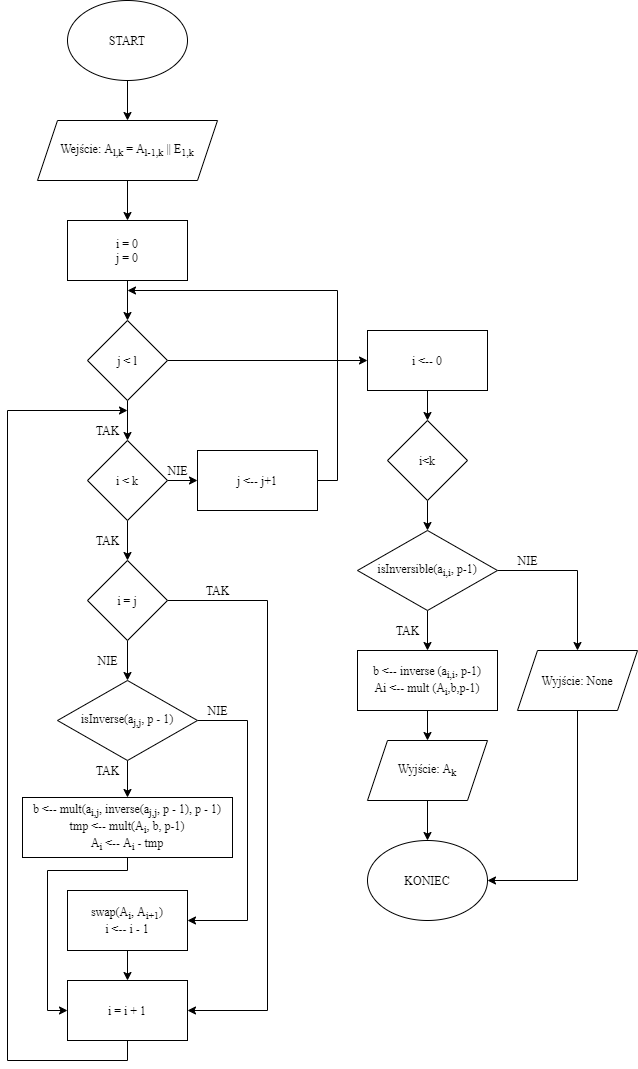
This is doc/img/alg 9.png from Zespol-1/Projekt, a draw.io export, as it was before one commit. Source tidied: cells renumbered, new cells last; positions are measured from the earlier drawing's top-left corner, leaving out a move shared by most shapes. Its diagram source:
```xml
<mxGraphModel>
  <root>
    <mxCell id="0" />
    <mxCell id="1" parent="0" />
    <mxCell id="2" style="edgeStyle=orthogonalEdgeStyle;rounded=0;jettySize=auto;html=1;fontFamily=Times New Roman;" parent="1" edge="1" source="3" target="5">
      <mxGeometry relative="1" as="geometry" />
    </mxCell>
    <mxCell id="3" value="&lt;font&gt;START&lt;/font&gt;" style="ellipse;whiteSpace=wrap;html=1;fontFamily=Times New Roman;" parent="1" vertex="1">
      <mxGeometry x="60" width="120" height="80" as="geometry" />
    </mxCell>
    <mxCell id="4" style="edgeStyle=orthogonalEdgeStyle;rounded=0;jettySize=auto;html=1;exitX=0.5;exitY=1;exitDx=0;exitDy=0;entryX=0.5;entryY=0;entryDx=0;entryDy=0;fontFamily=Times New Roman;" parent="1" edge="1" source="5" target="7">
      <mxGeometry relative="1" as="geometry" />
    </mxCell>
    <mxCell id="5" value="&lt;font&gt;Wejście: A&lt;sub&gt;l,k&lt;/sub&gt; = A&lt;sub&gt;l-1,k&lt;/sub&gt; || E&lt;sub&gt;1,k&lt;/sub&gt;&lt;br&gt;&lt;/font&gt;" style="shape=parallelogram;perimeter=parallelogramPerimeter;whiteSpace=wrap;html=1;fixedSize=1;fontFamily=Times New Roman;" parent="1" vertex="1">
      <mxGeometry x="30" y="120" width="180" height="60" as="geometry" />
    </mxCell>
    <mxCell id="6" style="edgeStyle=orthogonalEdgeStyle;rounded=0;jettySize=auto;html=1;exitX=0.5;exitY=1;exitDx=0;exitDy=0;entryX=0.5;entryY=0;entryDx=0;entryDy=0;fontFamily=Times New Roman;" parent="1" edge="1" source="7" target="10">
      <mxGeometry relative="1" as="geometry" />
    </mxCell>
    <mxCell id="7" value="i = 0&lt;br&gt;j = 0" style="rounded=0;whiteSpace=wrap;html=1;fontFamily=Times New Roman;" parent="1" vertex="1">
      <mxGeometry x="60" y="220" width="120" height="60" as="geometry" />
    </mxCell>
    <mxCell id="8" style="edgeStyle=orthogonalEdgeStyle;rounded=0;jettySize=auto;html=1;exitX=0.5;exitY=1;exitDx=0;exitDy=0;entryX=0.5;entryY=0;entryDx=0;entryDy=0;fontFamily=Times New Roman;" parent="1" edge="1" source="10" target="13">
      <mxGeometry relative="1" as="geometry" />
    </mxCell>
    <mxCell id="9" style="edgeStyle=orthogonalEdgeStyle;rounded=0;jettySize=auto;html=1;exitX=1;exitY=0.5;exitDx=0;exitDy=0;entryX=0;entryY=0.5;entryDx=0;entryDy=0;fontFamily=Times New Roman;" parent="1" edge="1" source="10" target="36">
      <mxGeometry relative="1" as="geometry" />
    </mxCell>
    <mxCell id="10" value="j &amp;lt; l" style="rhombus;whiteSpace=wrap;html=1;fontFamily=Times New Roman;" parent="1" vertex="1">
      <mxGeometry x="80" y="320" width="80" height="80" as="geometry" />
    </mxCell>
    <mxCell id="11" style="edgeStyle=orthogonalEdgeStyle;rounded=0;jettySize=auto;html=1;exitX=0.5;exitY=1;exitDx=0;exitDy=0;entryX=0.5;entryY=0;entryDx=0;entryDy=0;fontFamily=Times New Roman;" parent="1" edge="1" source="13" target="16">
      <mxGeometry relative="1" as="geometry" />
    </mxCell>
    <mxCell id="12" style="edgeStyle=orthogonalEdgeStyle;rounded=0;jettySize=auto;html=1;exitX=1;exitY=0.5;exitDx=0;exitDy=0;entryX=0;entryY=0.5;entryDx=0;entryDy=0;fontFamily=Times New Roman;" parent="1" edge="1" source="13" target="33">
      <mxGeometry relative="1" as="geometry" />
    </mxCell>
    <mxCell id="13" value="i &amp;lt; k" style="rhombus;whiteSpace=wrap;html=1;fontFamily=Times New Roman;" parent="1" vertex="1">
      <mxGeometry x="80" y="440" width="80" height="80" as="geometry" />
    </mxCell>
    <mxCell id="14" style="edgeStyle=orthogonalEdgeStyle;rounded=0;jettySize=auto;html=1;exitX=0.5;exitY=1;exitDx=0;exitDy=0;entryX=0.5;entryY=0;entryDx=0;entryDy=0;fontFamily=Times New Roman;" parent="1" edge="1" source="16" target="19">
      <mxGeometry relative="1" as="geometry" />
    </mxCell>
    <mxCell id="15" style="edgeStyle=orthogonalEdgeStyle;rounded=0;jettySize=auto;html=1;exitX=1;exitY=0.5;exitDx=0;exitDy=0;entryX=1;entryY=0.5;entryDx=0;entryDy=0;fontFamily=Times New Roman;" parent="1" edge="1" source="16" target="28">
      <mxGeometry relative="1" as="geometry">
        <Array as="points">
          <mxPoint x="260" y="600" />
          <mxPoint x="260" y="1010" />
        </Array>
      </mxGeometry>
    </mxCell>
    <mxCell id="16" value="i = j" style="rhombus;whiteSpace=wrap;html=1;fontFamily=Times New Roman;" parent="1" vertex="1">
      <mxGeometry x="80" y="560" width="80" height="80" as="geometry" />
    </mxCell>
    <mxCell id="17" style="edgeStyle=orthogonalEdgeStyle;rounded=0;jettySize=auto;html=1;exitX=0.5;exitY=1;exitDx=0;exitDy=0;entryX=0.5;entryY=0;entryDx=0;entryDy=0;fontFamily=Times New Roman;" parent="1" edge="1" source="19" target="22">
      <mxGeometry relative="1" as="geometry" />
    </mxCell>
    <mxCell id="18" style="edgeStyle=orthogonalEdgeStyle;rounded=0;jettySize=auto;html=1;exitX=1;exitY=0.5;exitDx=0;exitDy=0;entryX=1;entryY=0.5;entryDx=0;entryDy=0;fontFamily=Times New Roman;" parent="1" edge="1" source="19" target="25">
      <mxGeometry relative="1" as="geometry">
        <Array as="points">
          <mxPoint x="240" y="720" />
          <mxPoint x="240" y="920" />
        </Array>
      </mxGeometry>
    </mxCell>
    <mxCell id="19" value="isInverse(a&lt;sub&gt;j,j&lt;/sub&gt;, p - 1)" style="rhombus;whiteSpace=wrap;html=1;fontFamily=Times New Roman;" parent="1" vertex="1">
      <mxGeometry x="50" y="680" width="140" height="80" as="geometry" />
    </mxCell>
    <mxCell id="20" value="NIE" style="text;html=1;align=center;verticalAlign=middle;strokeColor=none;fontFamily=Times New Roman;" parent="1" vertex="1">
      <mxGeometry x="80" y="650" width="40" height="20" as="geometry" />
    </mxCell>
    <mxCell id="21" style="edgeStyle=orthogonalEdgeStyle;rounded=0;jettySize=auto;html=1;exitX=0.5;exitY=1;exitDx=0;exitDy=0;entryX=0;entryY=0.5;entryDx=0;entryDy=0;fontFamily=Times New Roman;" parent="1" edge="1" source="22" target="28">
      <mxGeometry relative="1" as="geometry">
        <Array as="points">
          <mxPoint x="120" y="870" />
          <mxPoint x="40" y="870" />
          <mxPoint x="40" y="1010" />
        </Array>
      </mxGeometry>
    </mxCell>
    <mxCell id="22" value="b &amp;lt;-- mult(a&lt;sub&gt;i,j&lt;/sub&gt;, inverse(a&lt;sub&gt;j,j&lt;/sub&gt;, p - 1), p - 1)&lt;br&gt;tmp &amp;lt;-- mult(A&lt;sub&gt;i&lt;/sub&gt;, b, p-1)&lt;br&gt;A&lt;sub&gt;i&lt;/sub&gt; &amp;lt;-- A&lt;sub&gt;i&lt;/sub&gt; - tmp" style="rounded=0;whiteSpace=wrap;html=1;fontFamily=Times New Roman;" parent="1" vertex="1">
      <mxGeometry x="15" y="797" width="210" height="60" as="geometry" />
    </mxCell>
    <mxCell id="23" value="TAK" style="text;html=1;align=center;verticalAlign=middle;strokeColor=none;fontFamily=Times New Roman;" parent="1" vertex="1">
      <mxGeometry x="80" y="760" width="40" height="20" as="geometry" />
    </mxCell>
    <mxCell id="24" style="edgeStyle=orthogonalEdgeStyle;rounded=0;jettySize=auto;html=1;exitX=0.5;exitY=1;exitDx=0;exitDy=0;entryX=0.5;entryY=0;entryDx=0;entryDy=0;fontFamily=Times New Roman;" parent="1" edge="1" source="25" target="28">
      <mxGeometry relative="1" as="geometry" />
    </mxCell>
    <mxCell id="25" value="swap(A&lt;sub&gt;i&lt;/sub&gt;, A&lt;sub&gt;i+1&lt;/sub&gt;)&lt;br&gt;i &amp;lt;-- i - 1" style="rounded=0;whiteSpace=wrap;html=1;fontFamily=Times New Roman;" parent="1" vertex="1">
      <mxGeometry x="60" y="890" width="120" height="60" as="geometry" />
    </mxCell>
    <mxCell id="26" value="NIE" style="text;html=1;align=center;verticalAlign=middle;strokeColor=none;fontFamily=Times New Roman;" parent="1" vertex="1">
      <mxGeometry x="190" y="700" width="40" height="20" as="geometry" />
    </mxCell>
    <mxCell id="27" style="edgeStyle=orthogonalEdgeStyle;rounded=0;jettySize=auto;html=1;exitX=0.5;exitY=1;exitDx=0;exitDy=0;fontFamily=Times New Roman;" parent="1" edge="1" source="28">
      <mxGeometry relative="1" as="geometry">
        <mxPoint x="120" y="410" as="targetPoint" />
        <Array as="points">
          <mxPoint x="120" y="1060" />
          <mxPoint y="1060" />
          <mxPoint y="410" />
        </Array>
      </mxGeometry>
    </mxCell>
    <mxCell id="28" value="i = i + 1" style="rounded=0;whiteSpace=wrap;html=1;fontFamily=Times New Roman;" parent="1" vertex="1">
      <mxGeometry x="60" y="980" width="120" height="60" as="geometry" />
    </mxCell>
    <mxCell id="29" value="TAK" style="text;html=1;align=center;verticalAlign=middle;strokeColor=none;fontFamily=Times New Roman;" parent="1" vertex="1">
      <mxGeometry x="190" y="580" width="40" height="20" as="geometry" />
    </mxCell>
    <mxCell id="30" value="TAK" style="text;html=1;align=center;verticalAlign=middle;strokeColor=none;fontFamily=Times New Roman;" parent="1" vertex="1">
      <mxGeometry x="80" y="530" width="40" height="20" as="geometry" />
    </mxCell>
    <mxCell id="31" value="TAK" style="text;html=1;align=center;verticalAlign=middle;strokeColor=none;fontFamily=Times New Roman;" parent="1" vertex="1">
      <mxGeometry x="80" y="420" width="40" height="20" as="geometry" />
    </mxCell>
    <mxCell id="32" style="edgeStyle=orthogonalEdgeStyle;rounded=0;jettySize=auto;html=1;exitX=1;exitY=0.5;exitDx=0;exitDy=0;fontFamily=Times New Roman;" parent="1" edge="1" source="33">
      <mxGeometry relative="1" as="geometry">
        <mxPoint x="120" y="290" as="targetPoint" />
        <Array as="points">
          <mxPoint x="330" y="480" />
          <mxPoint x="330" y="290" />
        </Array>
      </mxGeometry>
    </mxCell>
    <mxCell id="33" value="j &amp;lt;-- j+1" style="rounded=0;whiteSpace=wrap;html=1;fontFamily=Times New Roman;" parent="1" vertex="1">
      <mxGeometry x="190" y="450" width="120" height="60" as="geometry" />
    </mxCell>
    <mxCell id="34" value="NIE" style="text;html=1;align=center;verticalAlign=middle;strokeColor=none;fontFamily=Times New Roman;" parent="1" vertex="1">
      <mxGeometry x="150" y="460" width="40" height="20" as="geometry" />
    </mxCell>
    <mxCell id="35" style="edgeStyle=orthogonalEdgeStyle;rounded=0;jettySize=auto;html=1;exitX=0.5;exitY=1;exitDx=0;exitDy=0;entryX=0.5;entryY=0;entryDx=0;entryDy=0;fontFamily=Times New Roman;" parent="1" edge="1" source="36" target="38">
      <mxGeometry relative="1" as="geometry" />
    </mxCell>
    <mxCell id="36" value="i &amp;lt;-- 0" style="rounded=0;whiteSpace=wrap;html=1;fontFamily=Times New Roman;" parent="1" vertex="1">
      <mxGeometry x="360" y="330" width="120" height="60" as="geometry" />
    </mxCell>
    <mxCell id="37" style="edgeStyle=orthogonalEdgeStyle;rounded=0;jettySize=auto;html=1;exitX=0.5;exitY=1;exitDx=0;exitDy=0;entryX=0;entryY=0.5;entryDx=0;entryDy=0;fontFamily=Times New Roman;" parent="1" edge="1" source="38" target="41">
      <mxGeometry relative="1" as="geometry" />
    </mxCell>
    <mxCell id="38" value="i&amp;lt;k" style="rhombus;whiteSpace=wrap;html=1;fontFamily=Times New Roman;" parent="1" vertex="1">
      <mxGeometry x="380" y="420" width="80" height="80" as="geometry" />
    </mxCell>
    <mxCell id="39" style="edgeStyle=orthogonalEdgeStyle;rounded=0;jettySize=auto;html=1;exitX=1;exitY=0.5;exitDx=0;exitDy=0;entryX=0.5;entryY=0;entryDx=0;entryDy=0;fontFamily=Times New Roman;" parent="1" edge="1" source="41" target="43">
      <mxGeometry relative="1" as="geometry" />
    </mxCell>
    <mxCell id="40" style="edgeStyle=orthogonalEdgeStyle;rounded=0;jettySize=auto;html=1;exitX=0.5;exitY=0;exitDx=0;exitDy=0;entryX=0.5;entryY=0;entryDx=0;entryDy=0;fontFamily=Times New Roman;" parent="1" edge="1" source="41" target="46">
      <mxGeometry relative="1" as="geometry" />
    </mxCell>
    <mxCell id="41" value="isInversible(a&lt;sub&gt;i,i&lt;/sub&gt;, p-1)" style="rhombus;whiteSpace=wrap;html=1;direction=south;fontFamily=Times New Roman;" parent="1" vertex="1">
      <mxGeometry x="350" y="530" width="140" height="80" as="geometry" />
    </mxCell>
    <mxCell id="42" style="edgeStyle=orthogonalEdgeStyle;rounded=0;jettySize=auto;html=1;exitX=0.5;exitY=1;exitDx=0;exitDy=0;entryX=0.5;entryY=0;entryDx=0;entryDy=0;fontFamily=Times New Roman;" parent="1" edge="1" source="43" target="49">
      <mxGeometry relative="1" as="geometry" />
    </mxCell>
    <mxCell id="43" value="b &amp;lt;-- inverse (a&lt;sub&gt;i,i&lt;/sub&gt;, p-1)&lt;br&gt;Ai &amp;lt;-- mult (A&lt;sub&gt;i&lt;/sub&gt;,b,p-1)" style="rounded=0;whiteSpace=wrap;html=1;fontFamily=Times New Roman;" parent="1" vertex="1">
      <mxGeometry x="350" y="650" width="140" height="60" as="geometry" />
    </mxCell>
    <mxCell id="44" value="TAK" style="text;html=1;align=center;verticalAlign=middle;strokeColor=none;fontFamily=Times New Roman;" parent="1" vertex="1">
      <mxGeometry x="380" y="620" width="40" height="20" as="geometry" />
    </mxCell>
    <mxCell id="45" style="edgeStyle=orthogonalEdgeStyle;rounded=0;jettySize=auto;html=1;exitX=0.5;exitY=1;exitDx=0;exitDy=0;entryX=1;entryY=0.5;entryDx=0;entryDy=0;fontFamily=Times New Roman;" parent="1" edge="1" source="46" target="50">
      <mxGeometry relative="1" as="geometry" />
    </mxCell>
    <mxCell id="46" value="Wyjście: None" style="shape=parallelogram;perimeter=parallelogramPerimeter;whiteSpace=wrap;html=1;fixedSize=1;fontFamily=Times New Roman;" parent="1" vertex="1">
      <mxGeometry x="510" y="650" width="120" height="60" as="geometry" />
    </mxCell>
    <mxCell id="47" value="NIE" style="text;html=1;align=center;verticalAlign=middle;strokeColor=none;fontFamily=Times New Roman;" parent="1" vertex="1">
      <mxGeometry x="500" y="550" width="40" height="20" as="geometry" />
    </mxCell>
    <mxCell id="48" style="edgeStyle=orthogonalEdgeStyle;rounded=0;jettySize=auto;html=1;exitX=0.5;exitY=1;exitDx=0;exitDy=0;entryX=0.5;entryY=0;entryDx=0;entryDy=0;fontFamily=Times New Roman;" parent="1" edge="1" source="49" target="50">
      <mxGeometry relative="1" as="geometry" />
    </mxCell>
    <mxCell id="49" value="Wyjście: A&lt;sub&gt;k&lt;/sub&gt;" style="shape=parallelogram;perimeter=parallelogramPerimeter;whiteSpace=wrap;html=1;fixedSize=1;fontFamily=Times New Roman;" parent="1" vertex="1">
      <mxGeometry x="360" y="740" width="120" height="60" as="geometry" />
    </mxCell>
    <mxCell id="50" value="KONIEC" style="ellipse;whiteSpace=wrap;html=1;fontFamily=Times New Roman;" parent="1" vertex="1">
      <mxGeometry x="360" y="840" width="120" height="80" as="geometry" />
    </mxCell>
  </root>
</mxGraphModel>
```
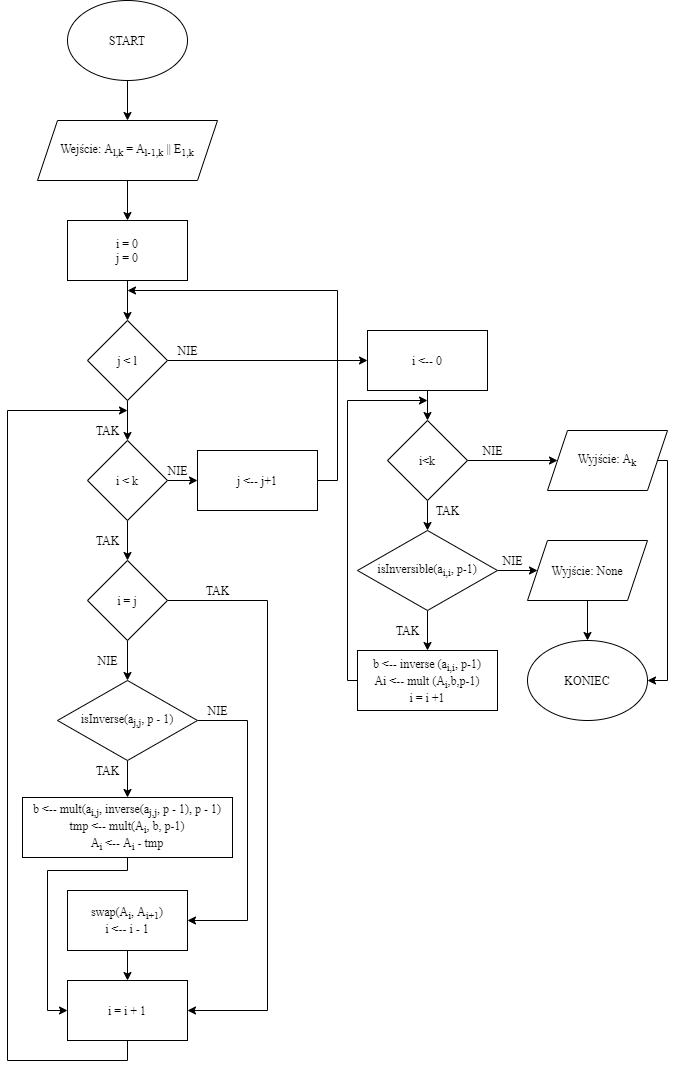
The same diagram one commit later.

The edit, as a diff of the source:
```diff
@@ -139,44 +139,67 @@
     <mxCell id="37" style="edgeStyle=orthogonalEdgeStyle;rounded=0;jettySize=auto;html=1;exitX=0.5;exitY=1;exitDx=0;exitDy=0;entryX=0;entryY=0.5;entryDx=0;entryDy=0;fontFamily=Times New Roman;" parent="1" edge="1" source="38" target="41">
       <mxGeometry relative="1" as="geometry" />
     </mxCell>
+    <mxCell id="51" style="edgeStyle=orthogonalEdgeStyle;rounded=0;jettySize=auto;html=1;exitX=1;exitY=0.5;exitDx=0;exitDy=0;entryX=0;entryY=0.5;entryDx=0;entryDy=0;fontFamily=Times New Roman;" parent="1" edge="1" source="38" target="49">
+      <mxGeometry relative="1" as="geometry" />
+    </mxCell>
     <mxCell id="38" value="i&amp;lt;k" style="rhombus;whiteSpace=wrap;html=1;fontFamily=Times New Roman;" parent="1" vertex="1">
       <mxGeometry x="380" y="420" width="80" height="80" as="geometry" />
     </mxCell>
     <mxCell id="39" style="edgeStyle=orthogonalEdgeStyle;rounded=0;jettySize=auto;html=1;exitX=1;exitY=0.5;exitDx=0;exitDy=0;entryX=0.5;entryY=0;entryDx=0;entryDy=0;fontFamily=Times New Roman;" parent="1" edge="1" source="41" target="43">
       <mxGeometry relative="1" as="geometry" />
     </mxCell>
-    <mxCell id="40" style="edgeStyle=orthogonalEdgeStyle;rounded=0;jettySize=auto;html=1;exitX=0.5;exitY=0;exitDx=0;exitDy=0;entryX=0.5;entryY=0;entryDx=0;entryDy=0;fontFamily=Times New Roman;" parent="1" edge="1" source="41" target="46">
+    <mxCell id="40" style="edgeStyle=orthogonalEdgeStyle;rounded=0;jettySize=auto;html=1;exitX=0.5;exitY=0;exitDx=0;exitDy=0;entryX=0;entryY=0.5;entryDx=0;entryDy=0;fontFamily=Times New Roman;" parent="1" edge="1" source="41" target="46">
       <mxGeometry relative="1" as="geometry" />
     </mxCell>
     <mxCell id="41" value="isInversible(a&lt;sub&gt;i,i&lt;/sub&gt;, p-1)" style="rhombus;whiteSpace=wrap;html=1;direction=south;fontFamily=Times New Roman;" parent="1" vertex="1">
       <mxGeometry x="350" y="530" width="140" height="80" as="geometry" />
     </mxCell>
-    <mxCell id="42" style="edgeStyle=orthogonalEdgeStyle;rounded=0;jettySize=auto;html=1;exitX=0.5;exitY=1;exitDx=0;exitDy=0;entryX=0.5;entryY=0;entryDx=0;entryDy=0;fontFamily=Times New Roman;" parent="1" edge="1" source="43" target="49">
-      <mxGeometry relative="1" as="geometry" />
-    </mxCell>
+    <mxCell id="52" style="edgeStyle=orthogonalEdgeStyle;rounded=0;jettySize=auto;html=1;exitX=0;exitY=0.5;exitDx=0;exitDy=0;fontFamily=Times New Roman;" parent="1" edge="1" source="43">
+      <mxGeometry relative="1" as="geometry">
+        <mxPoint x="420" y="400" as="targetPoint" />
+        <Array as="points">
+          <mxPoint x="340" y="680" />
+          <mxPoint x="340" y="400" />
+        </Array>
+      </mxGeometry>
+    </mxCell>
-    <mxCell id="43" value="b &amp;lt;-- inverse (a&lt;sub&gt;i,i&lt;/sub&gt;, p-1)&lt;br&gt;Ai &amp;lt;-- mult (A&lt;sub&gt;i&lt;/sub&gt;,b,p-1)" style="rounded=0;whiteSpace=wrap;html=1;fontFamily=Times New Roman;" parent="1" vertex="1">
+    <mxCell id="43" value="b &amp;lt;-- inverse (a&lt;sub&gt;i,i&lt;/sub&gt;, p-1)&lt;br&gt;Ai &amp;lt;-- mult (A&lt;sub&gt;i&lt;/sub&gt;,b,p-1)&lt;br&gt;i = i +1" style="rounded=0;whiteSpace=wrap;html=1;fontFamily=Times New Roman;" parent="1" vertex="1">
       <mxGeometry x="350" y="650" width="140" height="60" as="geometry" />
     </mxCell>
     <mxCell id="44" value="TAK" style="text;html=1;align=center;verticalAlign=middle;strokeColor=none;fontFamily=Times New Roman;" parent="1" vertex="1">
       <mxGeometry x="380" y="620" width="40" height="20" as="geometry" />
     </mxCell>
-    <mxCell id="45" style="edgeStyle=orthogonalEdgeStyle;rounded=0;jettySize=auto;html=1;exitX=0.5;exitY=1;exitDx=0;exitDy=0;entryX=1;entryY=0.5;entryDx=0;entryDy=0;fontFamily=Times New Roman;" parent="1" edge="1" source="46" target="50">
-      <mxGeometry relative="1" as="geometry" />
-    </mxCell>
     <mxCell id="46" value="Wyjście: None" style="shape=parallelogram;perimeter=parallelogramPerimeter;whiteSpace=wrap;html=1;fixedSize=1;fontFamily=Times New Roman;" parent="1" vertex="1">
-      <mxGeometry x="510" y="650" width="120" height="60" as="geometry" />
+      <mxGeometry x="520" y="540" width="120" height="60" as="geometry" />
     </mxCell>
     <mxCell id="47" value="NIE" style="text;html=1;align=center;verticalAlign=middle;strokeColor=none;fontFamily=Times New Roman;" parent="1" vertex="1">
-      <mxGeometry x="500" y="550" width="40" height="20" as="geometry" />
+      <mxGeometry x="485" y="550" width="40" height="20" as="geometry" />
     </mxCell>
-    <mxCell id="48" style="edgeStyle=orthogonalEdgeStyle;rounded=0;jettySize=auto;html=1;exitX=0.5;exitY=1;exitDx=0;exitDy=0;entryX=0.5;entryY=0;entryDx=0;entryDy=0;fontFamily=Times New Roman;" parent="1" edge="1" source="49" target="50">
-      <mxGeometry relative="1" as="geometry" />
+    <mxCell id="48" style="edgeStyle=orthogonalEdgeStyle;rounded=0;jettySize=auto;html=1;exitX=1;exitY=0.5;exitDx=0;exitDy=0;entryX=1;entryY=0.5;entryDx=0;entryDy=0;fontFamily=Times New Roman;" parent="1" edge="1" source="49" target="50">
+      <mxGeometry relative="1" as="geometry">
+        <Array as="points">
+          <mxPoint x="660" y="460" />
+          <mxPoint x="660" y="680" />
+        </Array>
+      </mxGeometry>
     </mxCell>
     <mxCell id="49" value="Wyjście: A&lt;sub&gt;k&lt;/sub&gt;" style="shape=parallelogram;perimeter=parallelogramPerimeter;whiteSpace=wrap;html=1;fixedSize=1;fontFamily=Times New Roman;" parent="1" vertex="1">
-      <mxGeometry x="360" y="740" width="120" height="60" as="geometry" />
+      <mxGeometry x="540" y="430" width="120" height="60" as="geometry" />
     </mxCell>
     <mxCell id="50" value="KONIEC" style="ellipse;whiteSpace=wrap;html=1;fontFamily=Times New Roman;" parent="1" vertex="1">
-      <mxGeometry x="360" y="840" width="120" height="80" as="geometry" />
+      <mxGeometry x="520" y="640" width="120" height="80" as="geometry" />
     </mxCell>
+    <mxCell id="53" value="NIE" style="text;html=1;align=center;verticalAlign=middle;strokeColor=none;fontFamily=Times New Roman;" parent="1" vertex="1">
+      <mxGeometry x="160" y="340" width="40" height="20" as="geometry" />
+    </mxCell>
+    <mxCell id="54" value="TAK" style="text;html=1;align=center;verticalAlign=middle;strokeColor=none;fontFamily=Times New Roman;" parent="1" vertex="1">
+      <mxGeometry x="420" y="500" width="40" height="20" as="geometry" />
+    </mxCell>
+    <mxCell id="55" value="NIE" style="text;html=1;align=center;verticalAlign=middle;strokeColor=none;fontFamily=Times New Roman;" parent="1" vertex="1">
+      <mxGeometry x="465" y="440" width="40" height="20" as="geometry" />
+    </mxCell>
+    <mxCell id="45" style="endArrow=classic;html=1;fontFamily=Times New Roman;exitX=0.5;exitY=1;exitDx=0;exitDy=0;entryX=0.5;entryY=0;entryDx=0;entryDy=0;" parent="1" edge="1" source="46" target="50">
+      <mxGeometry relative="1" as="geometry" />
+    </mxCell>
   </root>
 </mxGraphModel>
```
